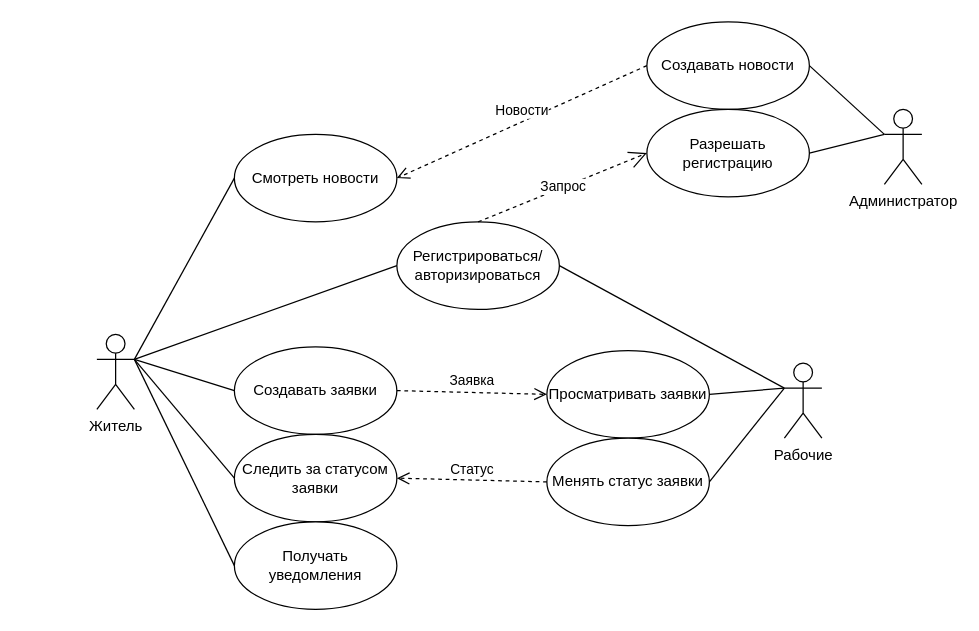
ArthurDavletov/ufanet_practice_zheu keeps this draw.io diagram as diagrams/use_case_diagram.drawio. Above is the earlier version. Source tidied: cells renumbered, new cells numbered last; positions are measured from the earlier drawing's top-left corner, leaving out a move shared by most shapes. Both pictures are drawn from the tidied source at 125%, with x=0, y=0 at pixel (96, 21). Pictures stored in the file or linked from it are replaced by grey dashed boxes.
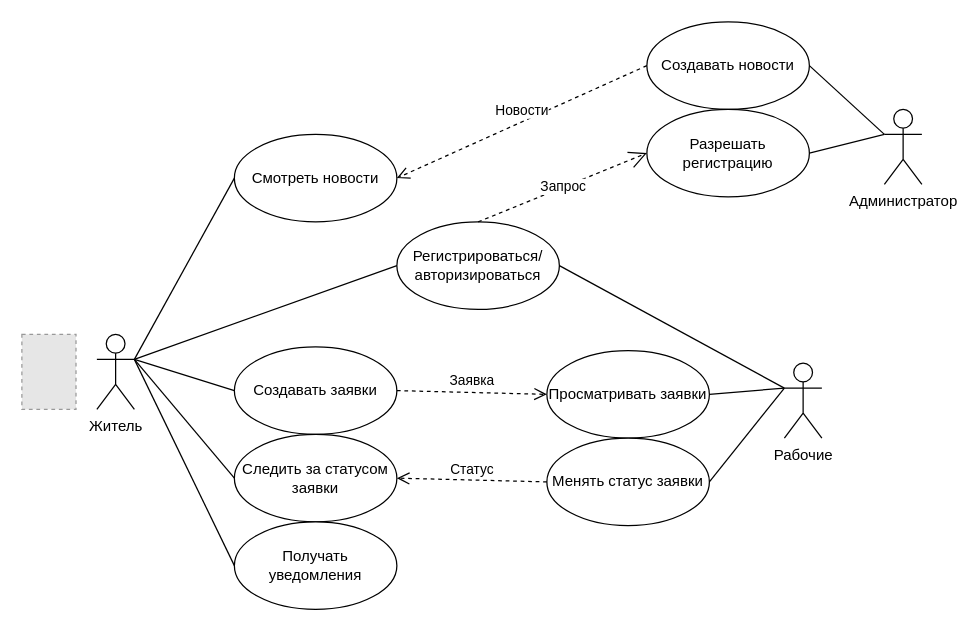
Above is the later version.

Commit message (it also covers changes not shown here):
Небольшой рефакторинг

What changed in the source:
```diff
@@
+    <mxCell id="28" style="fillColor=#E6E6E6;strokeColor=#999999;dashed=1;verticalLabelPosition=bottom;labelBackgroundColor=default;verticalAlign=top;" parent="1" vertex="1">
+      <mxGeometry x="-60" y="250" width="43.3" height="60" as="geometry" />
+    </mxCell>
```
